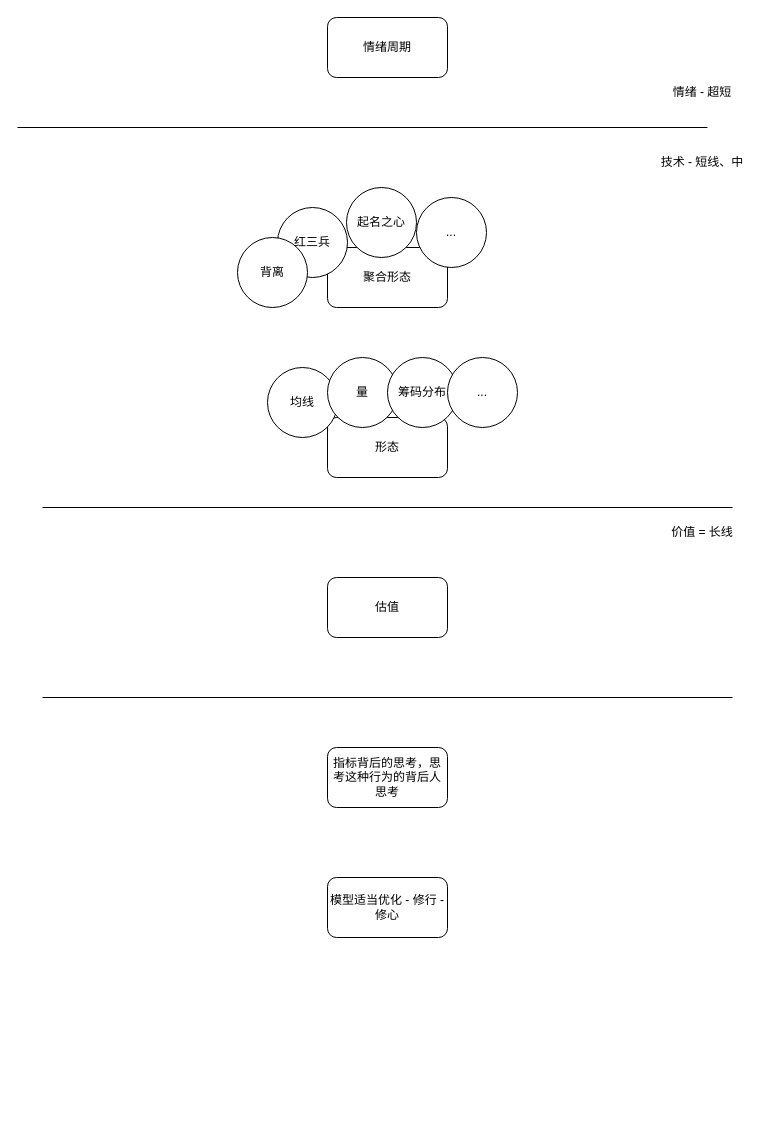
This is menus/弱转强.drawio from Asamiyaa/microservice-k8s-yun, a draw.io file, before an edit. Source tidied: cells renumbered, new cells numbered last; positions are measured from the earlier drawing's top-left corner, leaving out a move shared by most shapes. Both pictures are drawn from the tidied source at 100%, with x=0, y=0 at pixel (17, 17).
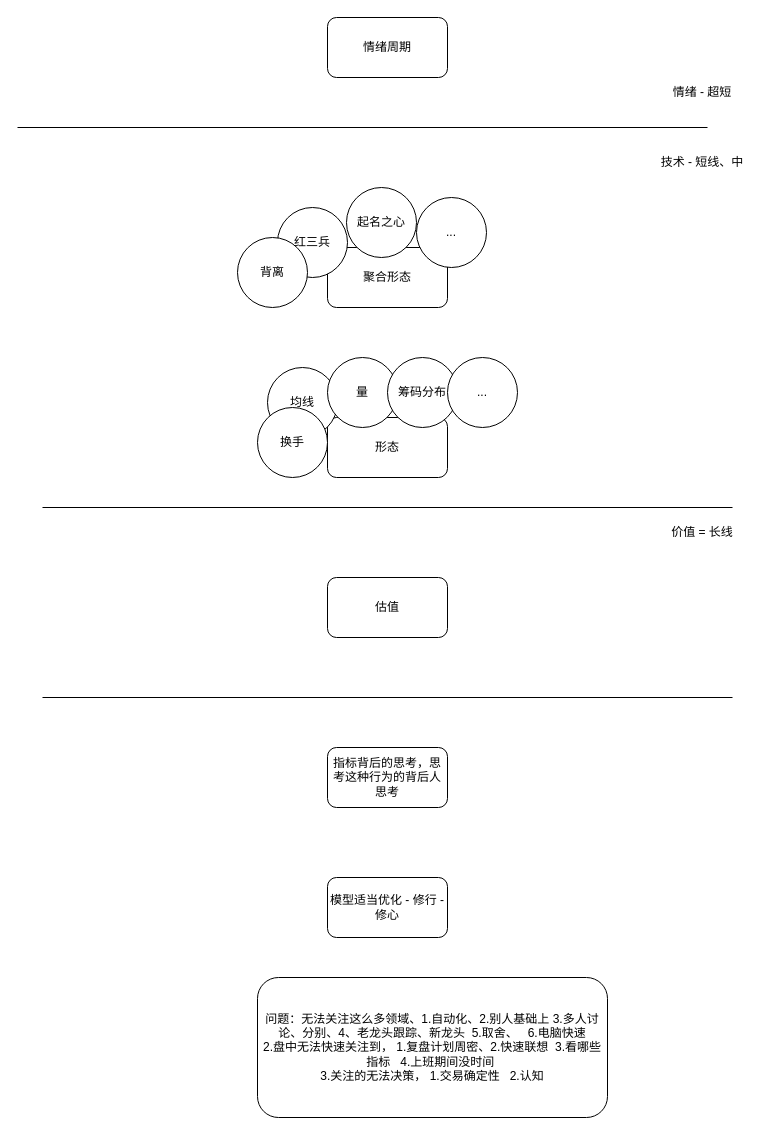
Above is the later version.

Commit message (it also covers changes not shown here):
更新弱转强.drawio

The edit, as a diff of the source:
```diff
@@
+    <mxCell id="22" value="换手" style="ellipse;whiteSpace=wrap;html=1;" parent="1" vertex="1">
+      <mxGeometry x="240" y="390" width="70" height="70" as="geometry" />
+    </mxCell>
+    <mxCell id="23" value="问题：无法关注这么多领域、1.自动化、2.别人基础上 3.多人讨论、分别、4、老龙头跟踪、新龙头&amp;nbsp; 5.取舍、&amp;nbsp; &amp;nbsp;6.电脑快速&lt;br&gt;2.盘中无法快速关注到， 1.复盘计划周密、2.快速联想&amp;nbsp; 3.看哪些指标&amp;nbsp; &amp;nbsp;4.上班期间没时间&amp;nbsp;&lt;br&gt;3.关注的无法决策， 1.交易确定性&amp;nbsp; &amp;nbsp;2.认知" style="rounded=1;whiteSpace=wrap;html=1;" parent="1" vertex="1">
+      <mxGeometry x="240" y="960" width="350" height="140" as="geometry" />
+    </mxCell>
```
